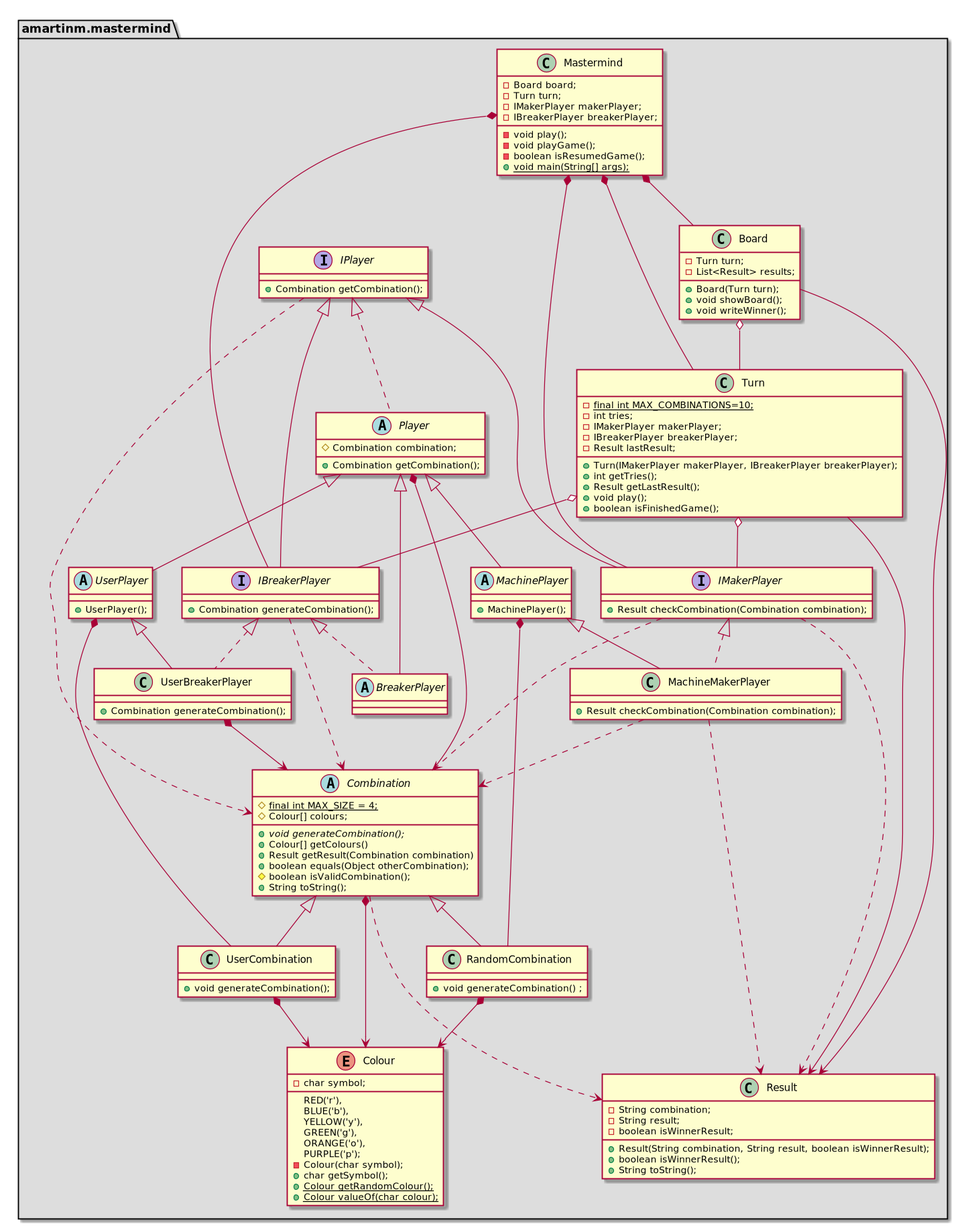
Earlier version of the PlantUML export docs/images/mastermind-package.png (amartinm82/mastermind). The source it was exported from:
```plantuml
@startuml
package amartinm.mastermind #DDDDDD {

    class Mastermind {
        - Board board;
        - Turn turn;
        - IMakerPlayer makerPlayer;
        - IBreakerPlayer breakerPlayer;

        - void play();
        - void playGame();
        - boolean isResumedGame();
        + {static} void main(String[] args);
    }

    class Board {
        - Turn turn;
        - List<Result> results;

        + Board(Turn turn);
        + void showBoard();
        + void writeWinner();
    }

    class Turn {

        - {static} final int MAX_COMBINATIONS=10;
        - int tries;
        - IMakerPlayer makerPlayer;
        - IBreakerPlayer breakerPlayer;
        - Result lastResult;

        + Turn(IMakerPlayer makerPlayer, IBreakerPlayer breakerPlayer);
        + int getTries();
        + Result getLastResult();
        + void play();
        + boolean isFinishedGame();

    }

    class Result {

        - String combination;
        - String result;
        - boolean isWinnerResult;

        + Result(String combination, String result, boolean isWinnerResult);
        + boolean isWinnerResult();
        + String toString();
    }

    interface IPlayer {
        + Combination getCombination();
    }

    abstract class Player implements IPlayer {
        # Combination combination;

        + Combination getCombination();
    }

    interface IMakerPlayer  extends IPlayer {
        + Result checkCombination(Combination combination);
    }

    interface IBreakerPlayer extends IPlayer {
        + Combination generateCombination();
    }

    abstract class Combination {

        # {static} final int MAX_SIZE = 4;
        # Colour[] colours;

        + {abstract} void generateCombination();
        + Colour[] getColours()
        + Result getResult(Combination combination)
        + boolean equals(Object otherCombination);
        # boolean isValidCombination();
        + String toString();
    }

    enum Colour {
        RED('r'),
        BLUE('b'),
        YELLOW('y'),
        GREEN('g'),
        ORANGE('o'),
        PURPLE('p');

        - char symbol;

        - Colour(char symbol);
        + char getSymbol();
        + {static} Colour getRandomColour();
        + {static} Colour valueOf(char colour);
    }

    class RandomCombination extends Combination {
        + void generateCombination() ;
    }

    class UserCombination extends Combination {
        + void generateCombination();
    }

    abstract class MachinePlayer extends Player {
        + MachinePlayer();
    }

    abstract class UserPlayer extends Player {
        + UserPlayer();
    }

    class MachineMakerPlayer extends MachinePlayer implements IMakerPlayer {
        + Result checkCombination(Combination combination);
    }

    class UserBreakerPlayer extends UserPlayer  implements IBreakerPlayer {
        + Combination generateCombination();
    }

    abstract class BreakerPlayer extends Player implements IBreakerPlayer {}

    Mastermind *-down- Board
    Mastermind *-down- Turn
    Mastermind *-down- IMakerPlayer
    Mastermind *-down- IBreakerPlayer

    Board o-down- Turn
    Board -down-> Result

    Turn o-down- IMakerPlayer
    Turn o-down- IBreakerPlayer
    Turn -down-> Result

    IMakerPlayer .down.> Combination
    IMakerPlayer .down.> Result

    IPlayer .down.> Combination

    Player *-down- Combination

    IBreakerPlayer .down.> Combination

    Combination *-down-> Colour
    Combination .down.-> Result

    UserCombination *-down-> Colour
    RandomCombination *-down-> Colour

    MachinePlayer *-down- RandomCombination

    UserPlayer *-down- UserCombination

    MachineMakerPlayer .down.> Result
    MachineMakerPlayer .down.> Combination

    UserBreakerPlayer *-down-> Combination


}

@enduml
```
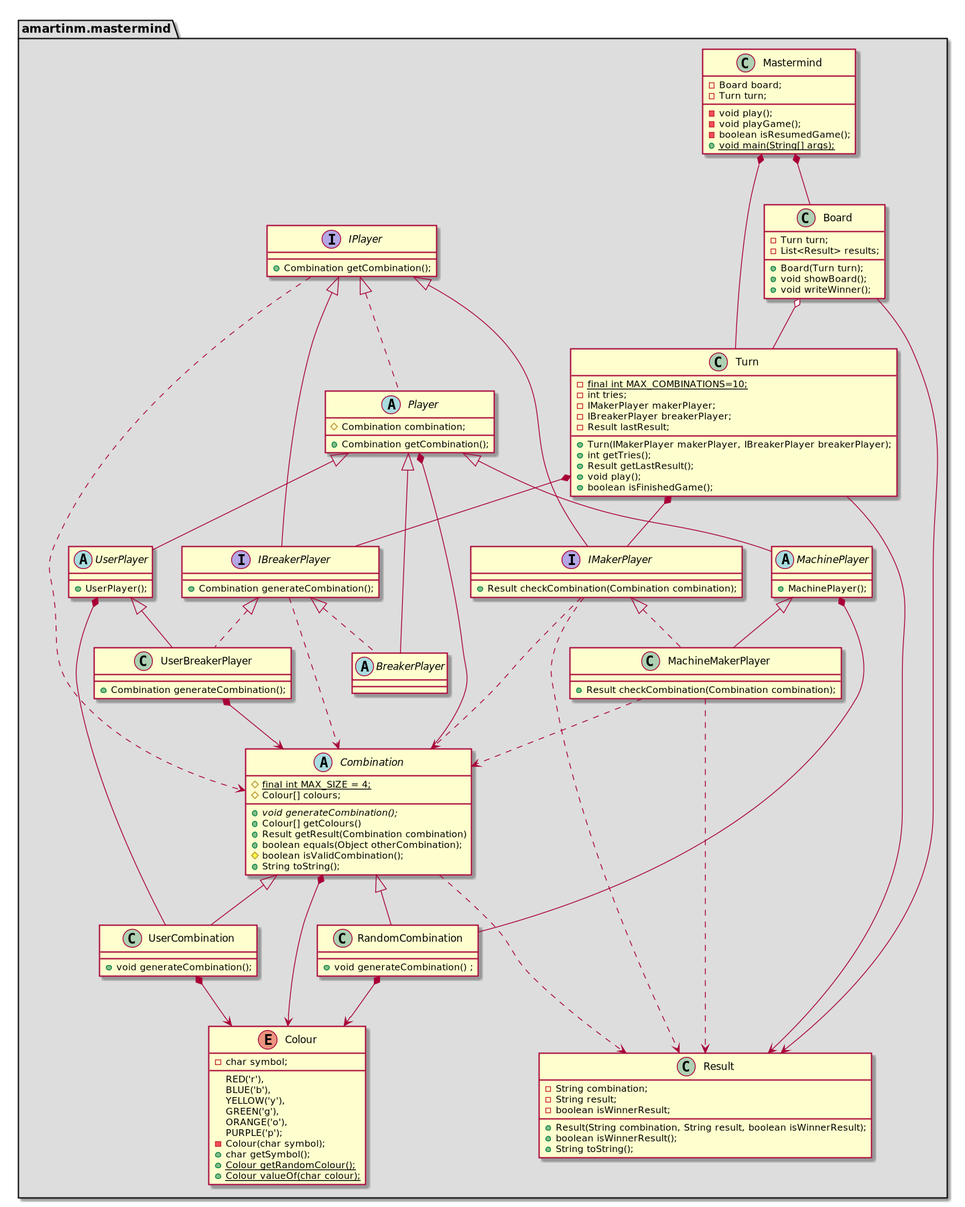
After the commit.

Commit message:
[domainModel] Removing players composition from Mastermind class

What changed in the source:
```diff
@@ -4,8 +4,6 @@
     class Mastermind {
         - Board board;
         - Turn turn;
-        - IMakerPlayer makerPlayer;
-        - IBreakerPlayer breakerPlayer;
 
         - void play();
         - void playGame();
@@ -124,14 +122,12 @@
 
     Mastermind *-down- Board
     Mastermind *-down- Turn
-    Mastermind *-down- IMakerPlayer
-    Mastermind *-down- IBreakerPlayer
 
     Board o-down- Turn
     Board -down-> Result
 
-    Turn o-down- IMakerPlayer
-    Turn o-down- IBreakerPlayer
+    Turn *-down- IMakerPlayer
+    Turn *-down- IBreakerPlayer
     Turn -down-> Result
 
     IMakerPlayer .down.> Combination
```
